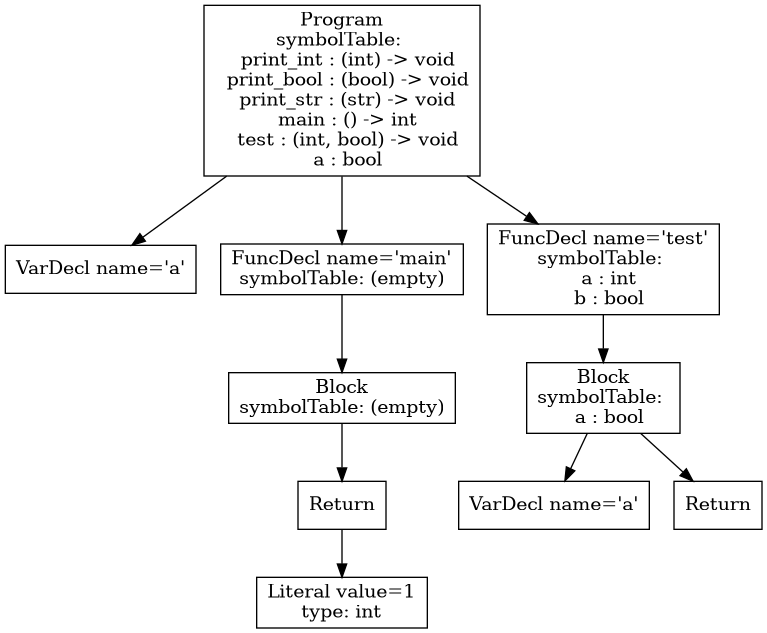
The Graphviz diagram p3-analysis/tree.png in purejerome/cs432_project, before a commit. Its source is kept beside it as p3-analysis/tree.dot.
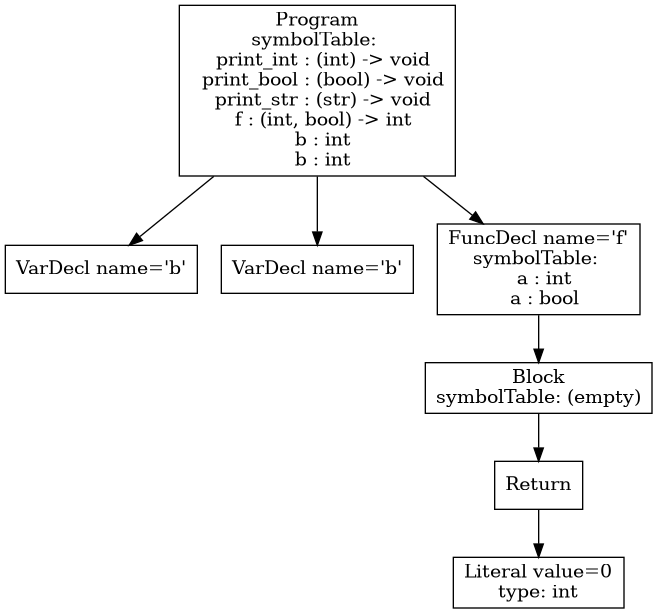
After the change.

What changed in the source:
```diff
@@ -1,21 +1,15 @@
 digraph AST {
-1 [shape=box, label="VarDecl name='a'"];
-5 [shape=box, label="Literal value=1\ntype: int"];
-4 [shape=box, label="Return"];
+1 [shape=box, label="VarDecl name='b'"];
+2 [shape=box, label="VarDecl name='b'"];
+6 [shape=box, label="Literal value=0\ntype: int"];
+5 [shape=box, label="Return"];
+5 -> 6;
+4 [shape=box, label="Block\nsymbolTable: (empty)"];
 4 -> 5;
-3 [shape=box, label="Block\nsymbolTable: (empty)"];
+3 [shape=box, label="FuncDecl name='f'\nsymbolTable: \n  a : int\n  a : bool"];
 3 -> 4;
-2 [shape=box, label="FuncDecl name='main'\nsymbolTable: (empty)"];
-2 -> 3;
-8 [shape=box, label="VarDecl name='a'"];
-9 [shape=box, label="Return"];
-7 [shape=box, label="Block\nsymbolTable: \n  a : bool"];
-7 -> 8;
-7 -> 9;
-6 [shape=box, label="FuncDecl name='test'\nsymbolTable: \n  a : int\n  b : bool"];
-6 -> 7;
-0 [shape=box, label="Program\nsymbolTable: \n  print_int : (int) -> void\n  print_bool : (bool) -> void\n  print_str : (str) -> void\n  main : () -> int\n  test : (int, bool) -> void\n  a : bool"];
+0 [shape=box, label="Program\nsymbolTable: \n  print_int : (int) -> void\n  print_bool : (bool) -> void\n  print_str : (str) -> void\n  f : (int, bool) -> int\n  b : int\n  b : int"];
 0 -> 1;
 0 -> 2;
-0 -> 6;
+0 -> 3;
 }
```
